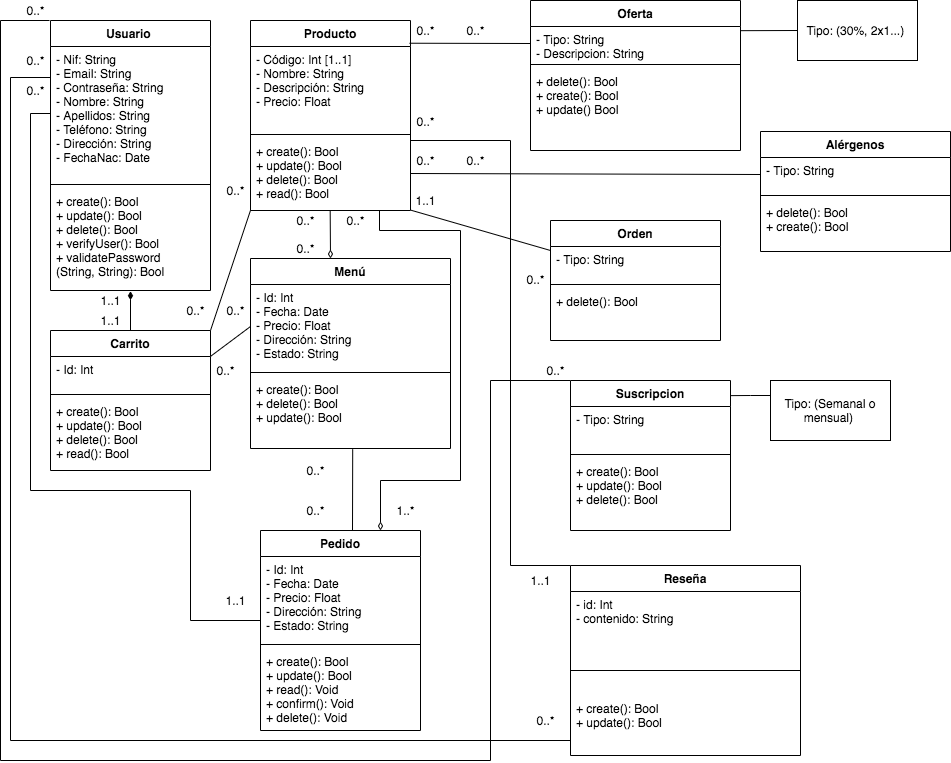
The draw.io diagram WabiSabi.png in danielapedroche/grupo-5, before a commit. Source tidied: cells renumbered, new cells last; positions are measured from the earlier drawing's top-left corner, leaving out a move shared by most shapes.
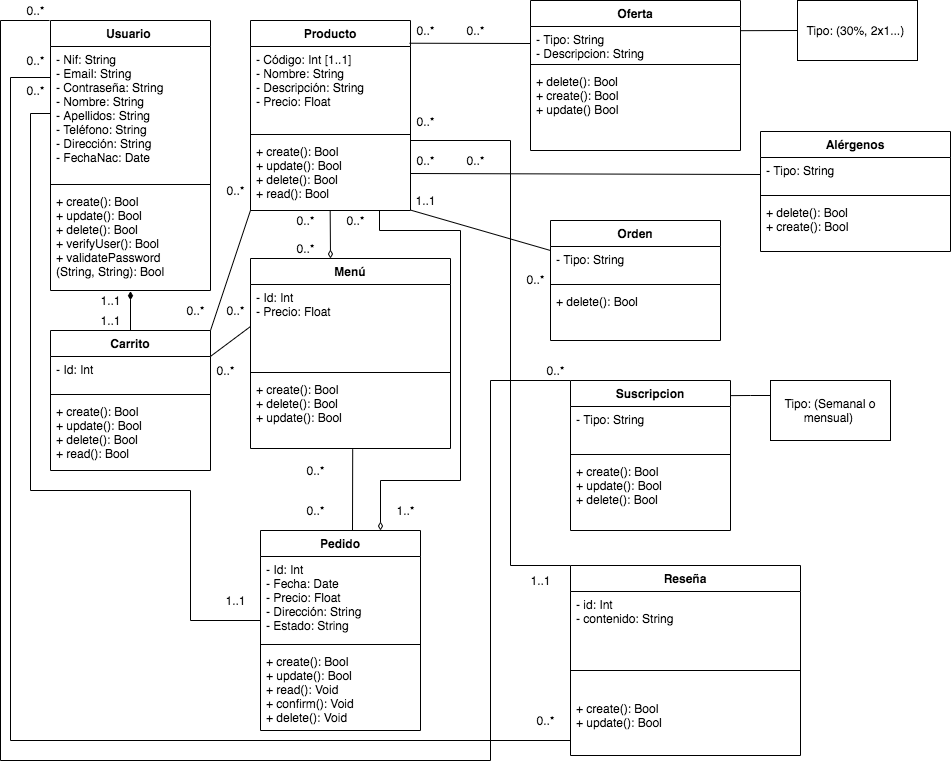
Later version of the same file.

Commit message:
Diagrama de clases

What changed in the source:
```diff
@@ -109,7 +109,7 @@
     <mxCell id="34" value="Menú" style="swimlane;fontStyle=1;align=center;verticalAlign=top;horizontal=1;startSize=26;" parent="1" vertex="1">
       <mxGeometry x="250" y="258" width="200" height="190" as="geometry" />
     </mxCell>
-    <mxCell id="35" value="- Id: Int&#10;- Fecha: Date&#10;- Precio: Float&#10;- Dirección: String&#10;- Estado: String" style="text;strokeColor=none;fillColor=none;align=left;verticalAlign=top;spacingLeft=4;spacingRight=4;overflow=hidden;points=[[0,0.5],[1,0.5]];portConstraint=eastwest;" parent="34" vertex="1">
+    <mxCell id="35" value="- Id: Int&#10;- Precio: Float" style="text;strokeColor=none;fillColor=none;align=left;verticalAlign=top;spacingLeft=4;spacingRight=4;overflow=hidden;points=[[0,0.5],[1,0.5]];portConstraint=eastwest;" parent="34" vertex="1">
       <mxGeometry y="26" width="200" height="84" as="geometry" />
     </mxCell>
     <mxCell id="36" style="line;strokeWidth=1;fillColor=none;align=left;verticalAlign=middle;spacingTop=-1;spacingLeft=3;spacingRight=3;labelPosition=right;" parent="34" vertex="1">
```
